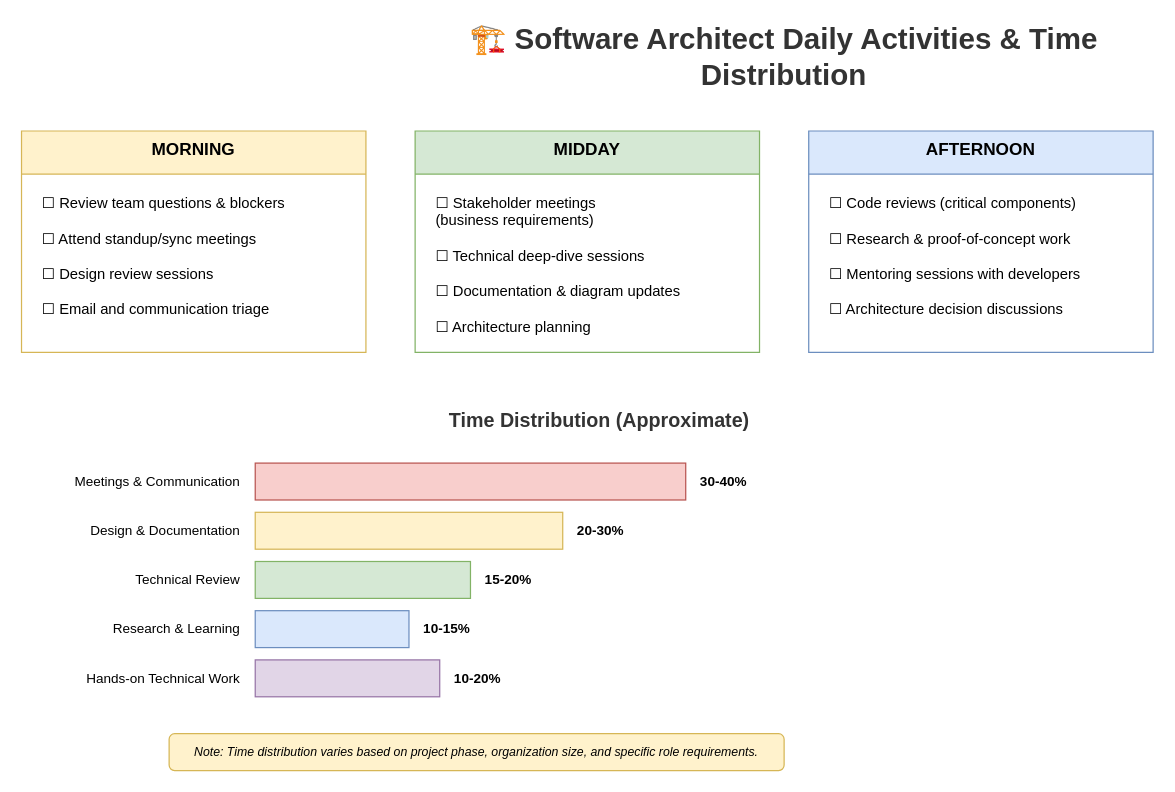
Earlier version of the draw.io diagram lesson-00-software-architect-overview/diagrams/1.2-daily-activities-time.drawio (MrParkerZ7/document-lesson-software-architect-x-claude). Source tidied: cells renumbered, new cells numbered last; positions are measured from the earlier drawing's top-left corner, leaving out a move shared by most shapes. Both pictures are drawn from the tidied source at 123%, with x=0, y=0 at pixel (21, 32).
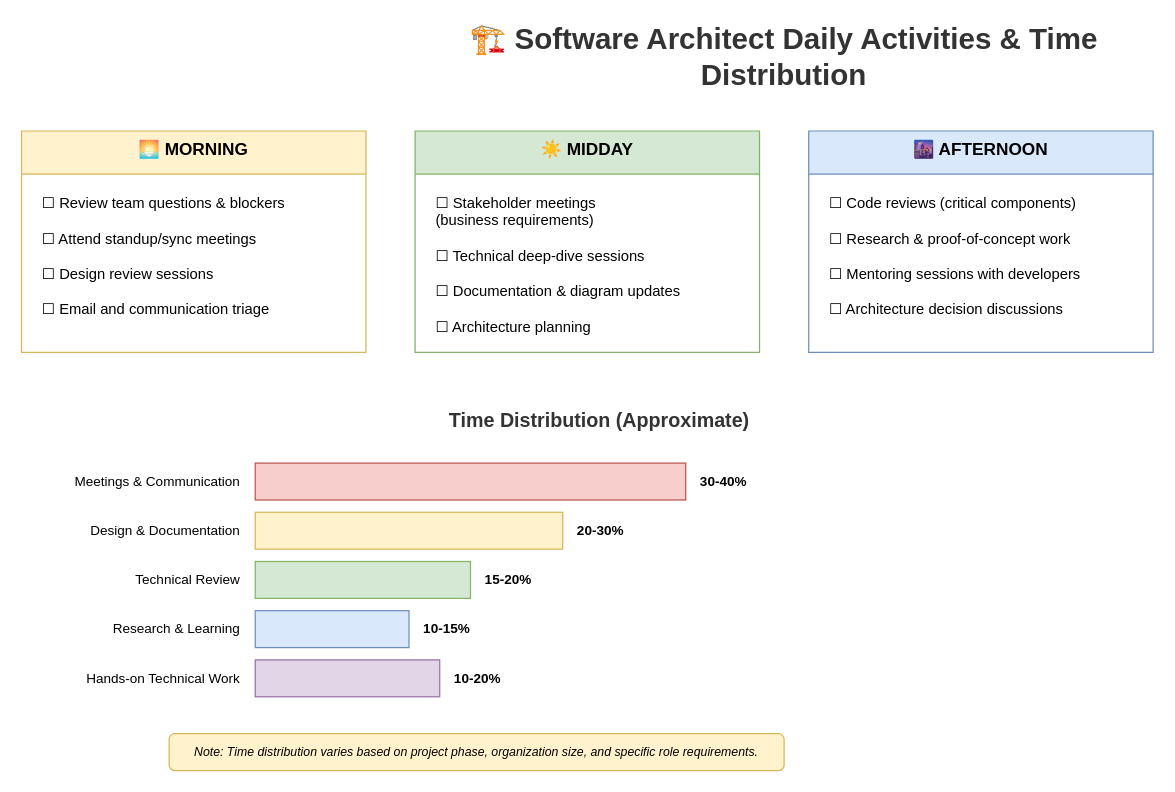
After the change.

Change to the diagram source:
```diff
@@
-    <mxCell id="3" value="MORNING" style="swimlane;fontStyle=1;align=center;verticalAlign=top;horizontal=1;startSize=35;fillColor=#fff2cc;strokeColor=#d6b656;fontSize=14;" parent="1" vertex="1">
+    <mxCell id="3" value="🌅 MORNING" style="swimlane;fontStyle=1;align=center;verticalAlign=top;horizontal=1;startSize=35;fillColor=#fff2cc;strokeColor=#d6b656;fontSize=14;" parent="1" vertex="1">
       <mxGeometry y="80" width="280" height="180" as="geometry" />
     </mxCell>
@@
-    <mxCell id="5" value="MIDDAY" style="swimlane;fontStyle=1;align=center;verticalAlign=top;horizontal=1;startSize=35;fillColor=#d5e8d4;strokeColor=#82b366;fontSize=14;" parent="1" vertex="1">
+    <mxCell id="5" value="☀️ MIDDAY" style="swimlane;fontStyle=1;align=center;verticalAlign=top;horizontal=1;startSize=35;fillColor=#d5e8d4;strokeColor=#82b366;fontSize=14;" parent="1" vertex="1">
       <mxGeometry x="320" y="80" width="280" height="180" as="geometry" />
     </mxCell>
@@
-    <mxCell id="7" value="AFTERNOON" style="swimlane;fontStyle=1;align=center;verticalAlign=top;horizontal=1;startSize=35;fillColor=#dae8fc;strokeColor=#6c8ebf;fontSize=14;" parent="1" vertex="1">
+    <mxCell id="7" value="🌆 AFTERNOON" style="swimlane;fontStyle=1;align=center;verticalAlign=top;horizontal=1;startSize=35;fillColor=#dae8fc;strokeColor=#6c8ebf;fontSize=14;" parent="1" vertex="1">
       <mxGeometry x="640" y="80" width="280" height="180" as="geometry" />
     </mxCell>
```
